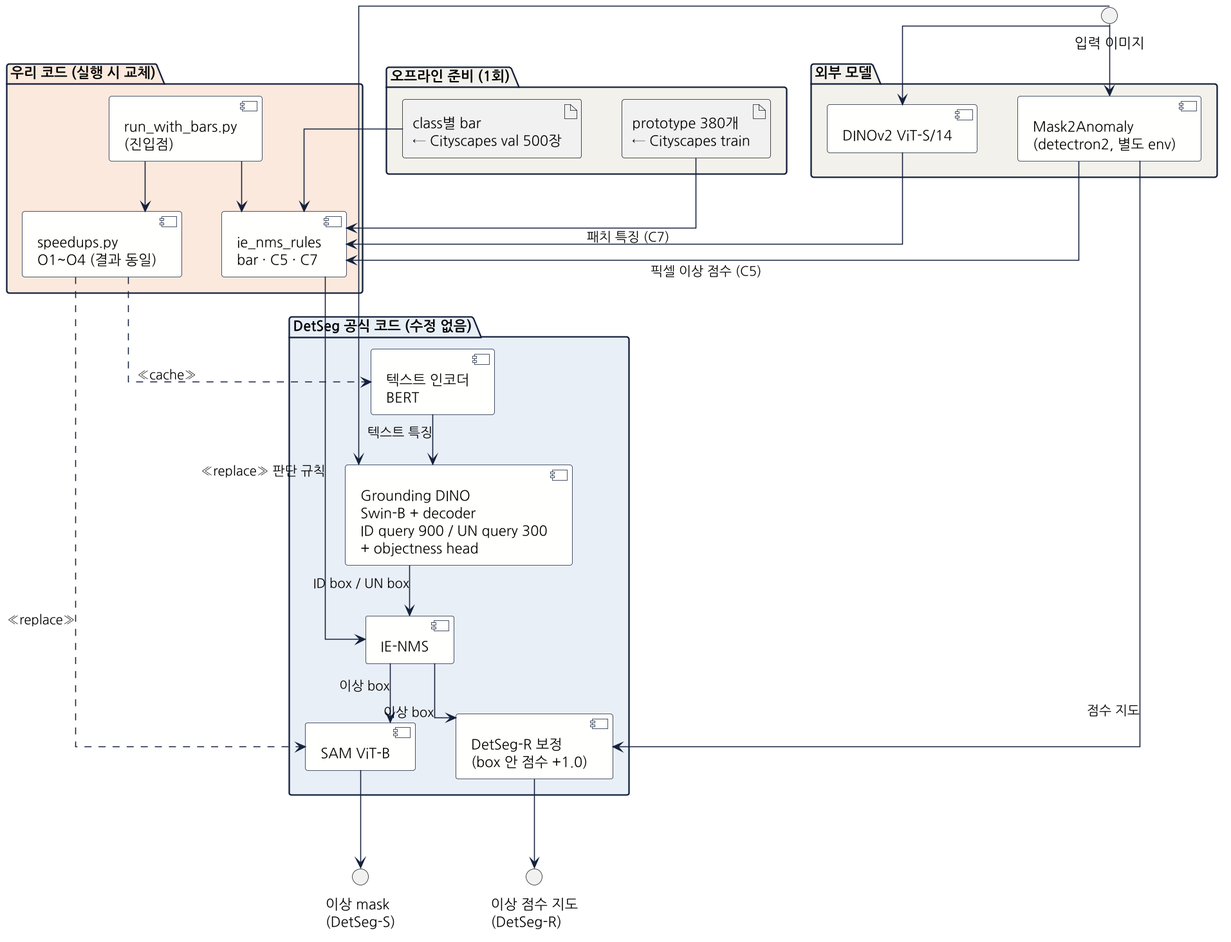
The PlantUML diagram assets/figures/architecture_component.png in xowns0302/autonomous-driving-anomaly-segmentation, before a commit.
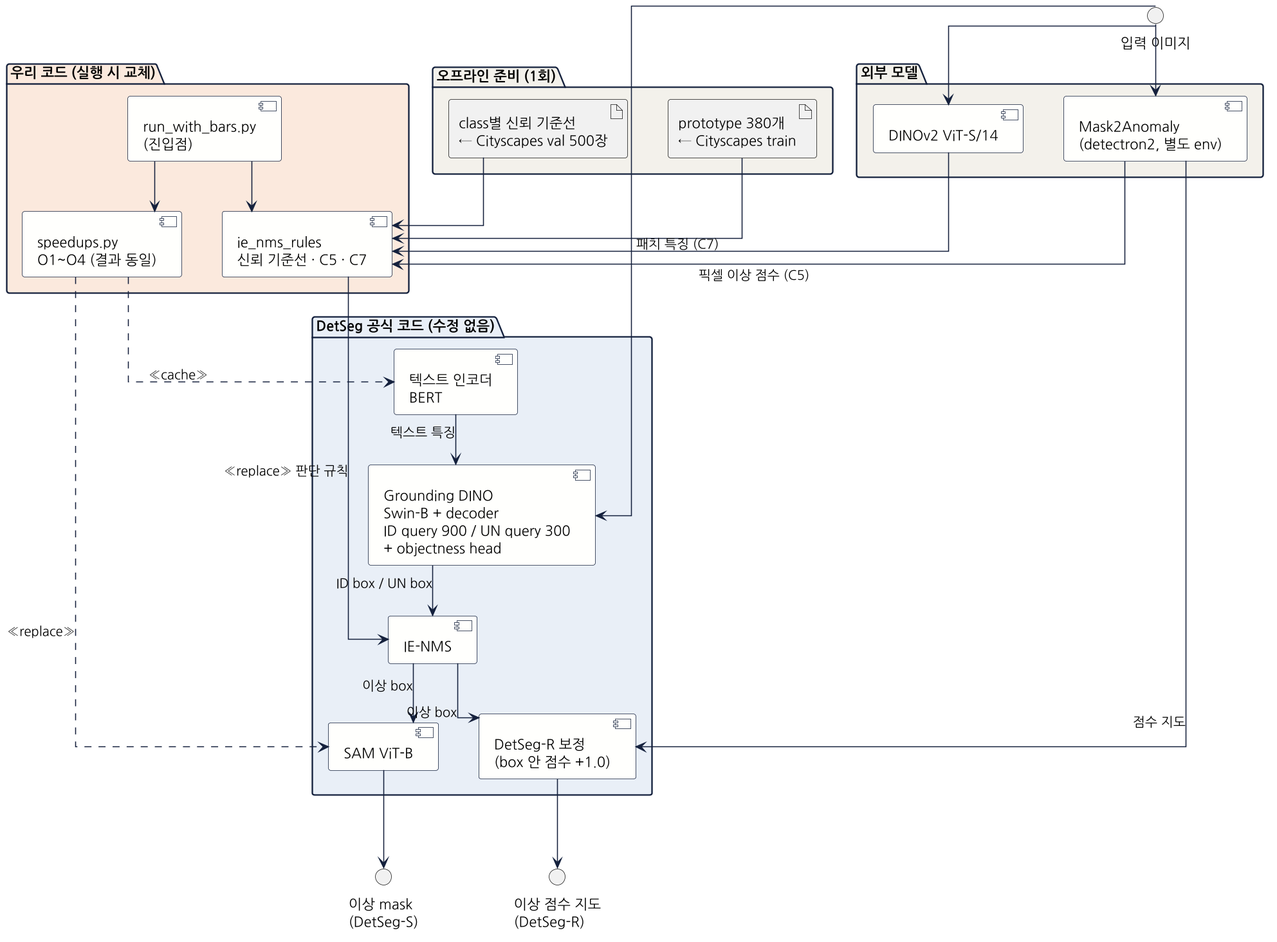
Later version of the same file.

The edit, as a diff of the source:
```diff
@@ -28,7 +28,7 @@
 
 package "우리 코드 (실행 시 교체)" #FBE9DD {
   component "run_with_bars.py\n(진입점)" as wrapper
-  component "ie_nms_rules\nbar · C5 · C7" as rules
+  component "ie_nms_rules\n신뢰 기준선 · C5 · C7" as rules
   component "speedups.py\nO1~O4 (결과 동일)" as speed
 }
 
@@ -38,7 +38,7 @@
 }
 
 package "오프라인 준비 (1회)" #F3F1EA {
-  artifact "class별 bar\n← Cityscapes val 500장" as bars
+  artifact "class별 신뢰 기준선\n← Cityscapes val 500장" as bars
   artifact "prototype 380개\n← Cityscapes train" as bank
 }
 
```
